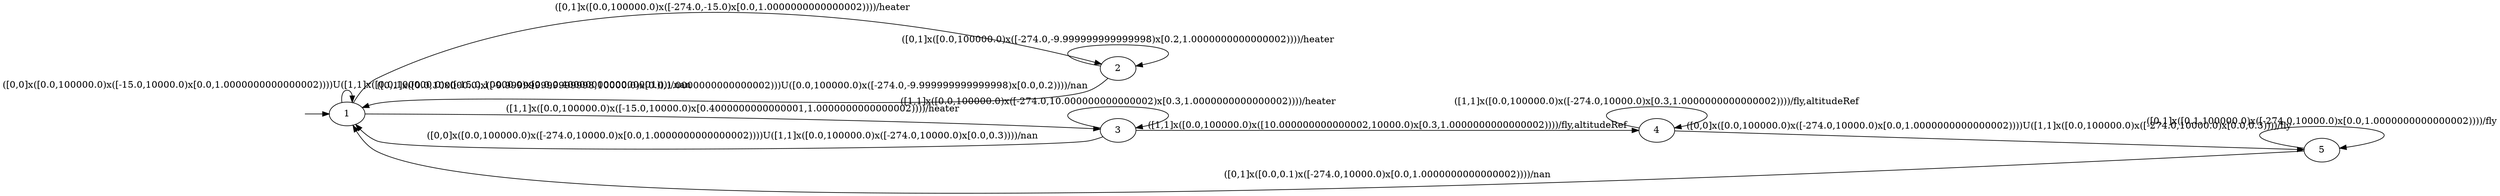
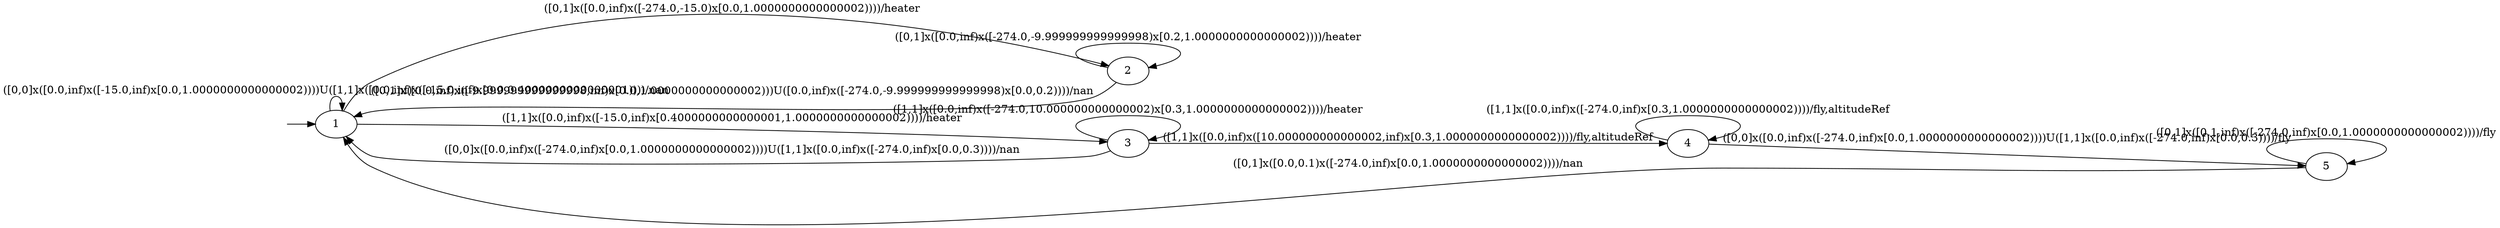
digraph marsHelicopter{
 rankdir=LR;
1[label=1]
XX1 [color=white, label=""]2[label=2]
3[label=3]
4[label=4]
5[label=5]
XX1 -> 1
- 1 -> 2 [label="([0,1]x([0.0,100000.0)x([-274.0,-15.0)x[0.0,1.0000000000000002))))/heater"]
- 1 -> 3 [label="([1,1]x([0.0,100000.0)x([-15.0,10000.0)x[0.4000000000000001,1.0000000000000002))))/heater"]
- 1 -> 1 [label="([0,0]x([0.0,100000.0)x([-15.0,10000.0)x[0.0,1.0000000000000002))))U([1,1]x([0.0,100000.0)x([-15.0,10000.0)x[0.0,0.4000000000000001))))/nan"]
- 2 -> 2 [label="([0,1]x([0.0,100000.0)x([-274.0,-9.999999999999998)x[0.2,1.0000000000000002))))/heater"]
- 2 -> 1 [label="([0,1]x([0.0,100000.0)x([-9.999999999999998,10000.0)x[0.0,1.0000000000000002)))U([0.0,100000.0)x([-274.0,-9.999999999999998)x[0.0,0.2))))/nan"]
- 3 -> 3 [label="([1,1]x([0.0,100000.0)x([-274.0,10.000000000000002)x[0.3,1.0000000000000002))))/heater"]
- 3 -> 4 [label="([1,1]x([0.0,100000.0)x([10.000000000000002,10000.0)x[0.3,1.0000000000000002))))/fly,altitudeRef"]
- 3 -> 1 [label="([0,0]x([0.0,100000.0)x([-274.0,10000.0)x[0.0,1.0000000000000002))))U([1,1]x([0.0,100000.0)x([-274.0,10000.0)x[0.0,0.3))))/nan"]
- 4 -> 4 [label="([1,1]x([0.0,100000.0)x([-274.0,10000.0)x[0.3,1.0000000000000002))))/fly,altitudeRef"]
- 4 -> 5 [label="([0,0]x([0.0,100000.0)x([-274.0,10000.0)x[0.0,1.0000000000000002))))U([1,1]x([0.0,100000.0)x([-274.0,10000.0)x[0.0,0.3))))/fly"]
- 5 -> 1 [label="([0,1]x([0.0,0.1)x([-274.0,10000.0)x[0.0,1.0000000000000002))))/nan"]
- 5 -> 5 [label="([0,1]x([0.1,100000.0)x([-274.0,10000.0)x[0.0,1.0000000000000002))))/fly"]
+ 1 -> 1 [label="([0,0]x([0.0,inf)x([-15.0,inf)x[0.0,1.0000000000000002))))U([1,1]x([0.0,inf)x([-15.0,inf)x[0.0,0.4000000000000001))))/nan"]
+ 1 -> 3 [label="([1,1]x([0.0,inf)x([-15.0,inf)x[0.4000000000000001,1.0000000000000002))))/heater"]
+ 1 -> 2 [label="([0,1]x([0.0,inf)x([-274.0,-15.0)x[0.0,1.0000000000000002))))/heater"]
+ 2 -> 1 [label="([0,1]x([0.0,inf)x([-9.999999999999998,inf)x[0.0,1.0000000000000002)))U([0.0,inf)x([-274.0,-9.999999999999998)x[0.0,0.2))))/nan"]
+ 2 -> 2 [label="([0,1]x([0.0,inf)x([-274.0,-9.999999999999998)x[0.2,1.0000000000000002))))/heater"]
+ 3 -> 4 [label="([1,1]x([0.0,inf)x([10.000000000000002,inf)x[0.3,1.0000000000000002))))/fly,altitudeRef"]
+ 3 -> 3 [label="([1,1]x([0.0,inf)x([-274.0,10.000000000000002)x[0.3,1.0000000000000002))))/heater"]
+ 3 -> 1 [label="([0,0]x([0.0,inf)x([-274.0,inf)x[0.0,1.0000000000000002))))U([1,1]x([0.0,inf)x([-274.0,inf)x[0.0,0.3))))/nan"]
+ 4 -> 4 [label="([1,1]x([0.0,inf)x([-274.0,inf)x[0.3,1.0000000000000002))))/fly,altitudeRef"]
+ 4 -> 5 [label="([0,0]x([0.0,inf)x([-274.0,inf)x[0.0,1.0000000000000002))))U([1,1]x([0.0,inf)x([-274.0,inf)x[0.0,0.3))))/fly"]
+ 5 -> 5 [label="([0,1]x([0.1,inf)x([-274.0,inf)x[0.0,1.0000000000000002))))/fly"]
+ 5 -> 1 [label="([0,1]x([0.0,0.1)x([-274.0,inf)x[0.0,1.0000000000000002))))/nan"]
}